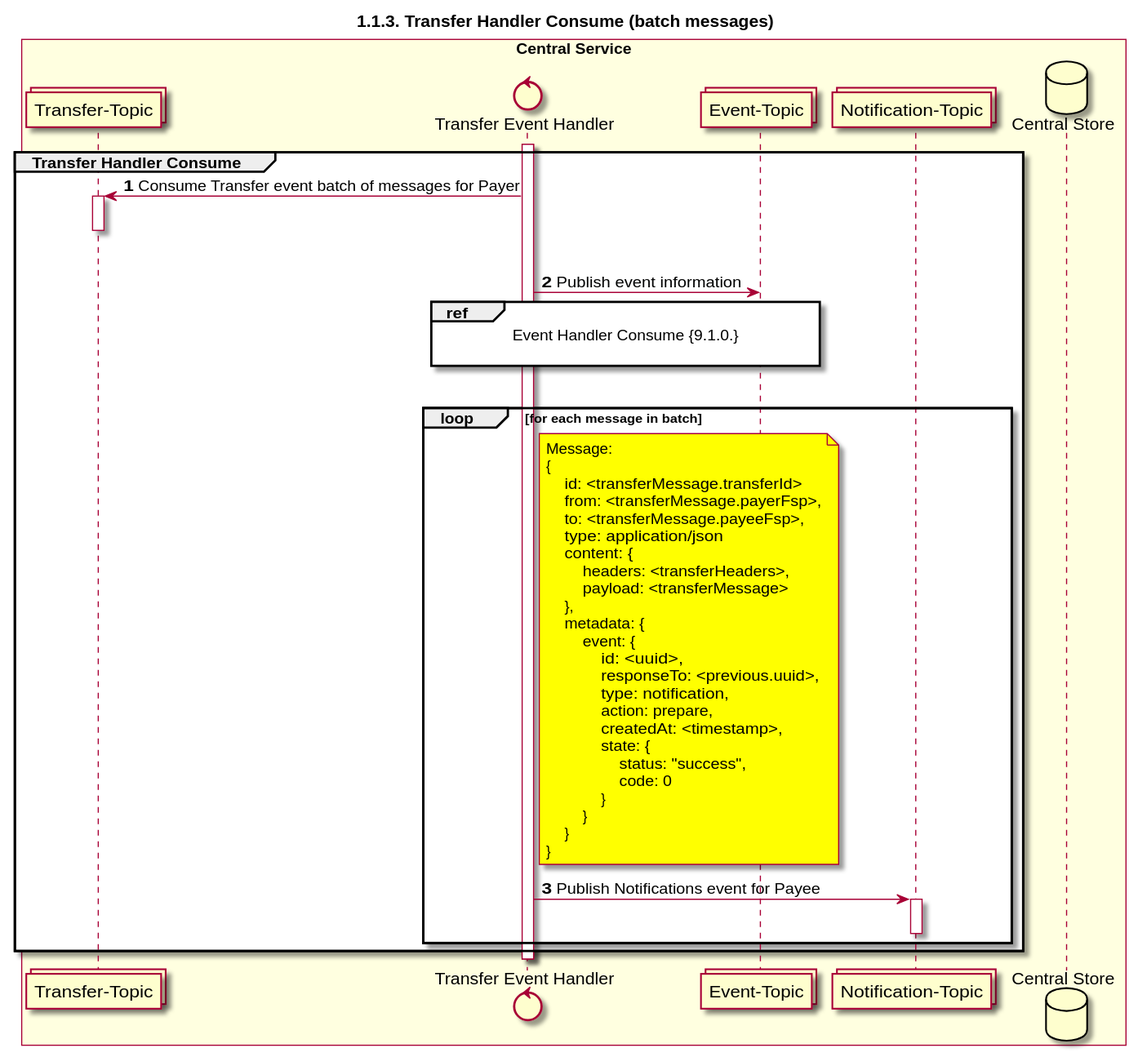
The PlantUML diagram CentralServices/seq_diagrams/seq-prepare-1.1.3.b.svg in ggrg/docs, before a commit.
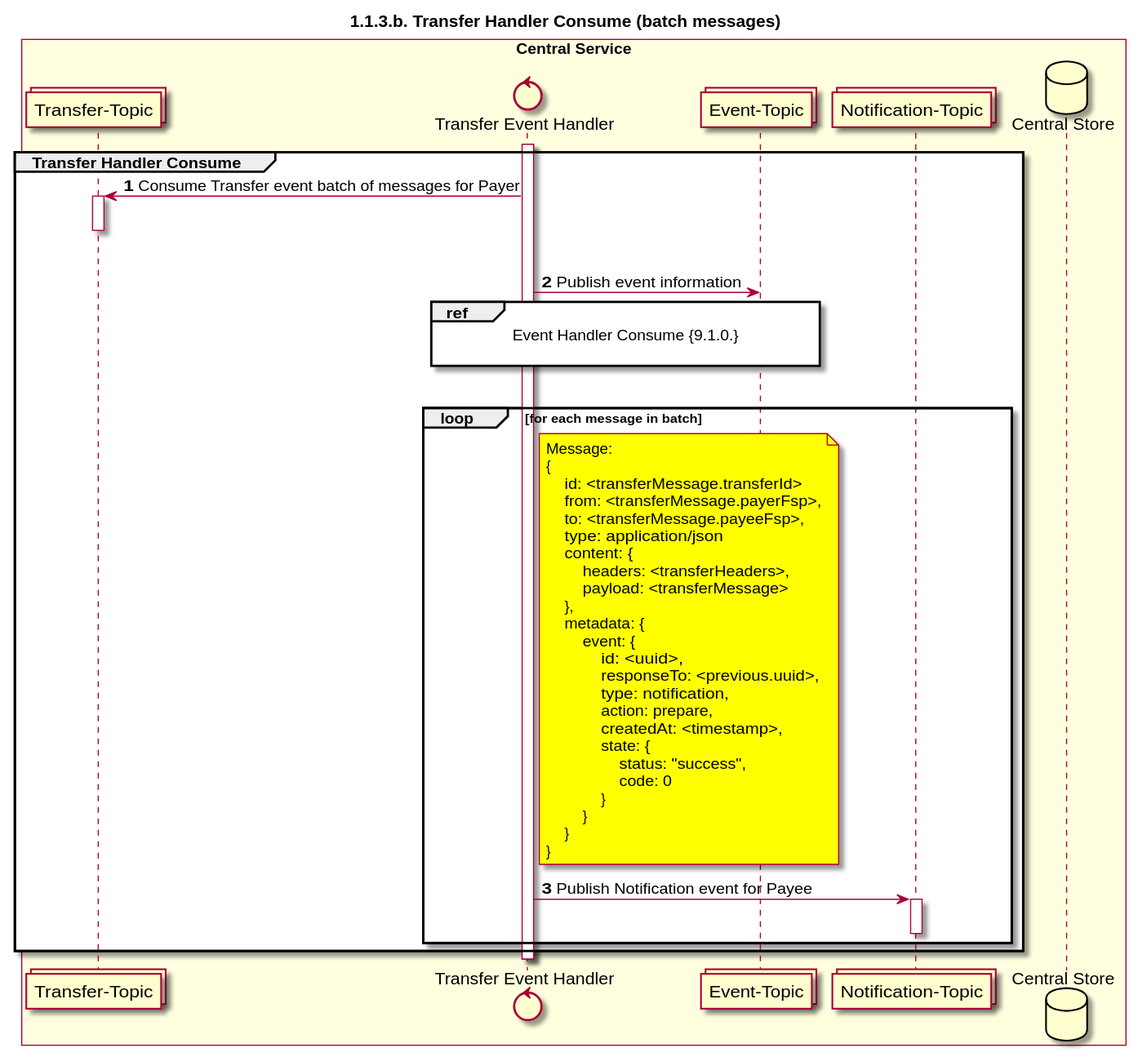
Later version of the same file.

Change to the diagram source:
```diff
@@ -1,5 +1,5 @@
 @startuml
-title 1.1.3. Transfer Handler Consume (batch messages)
+title 1.1.3.b. Transfer Handler Consume (batch messages)
 
 autonumber
 
@@ -57,7 +57,7 @@
                 }
             }
         end note
-        TRANS_HANDLER -> TOPIC_NOTIFICATIONS: Publish Notifications event for Payee
+        TRANS_HANDLER -> TOPIC_NOTIFICATIONS: Publish Notification event for Payee
         activate TOPIC_NOTIFICATIONS
         deactivate TOPIC_NOTIFICATIONS
     end
```
